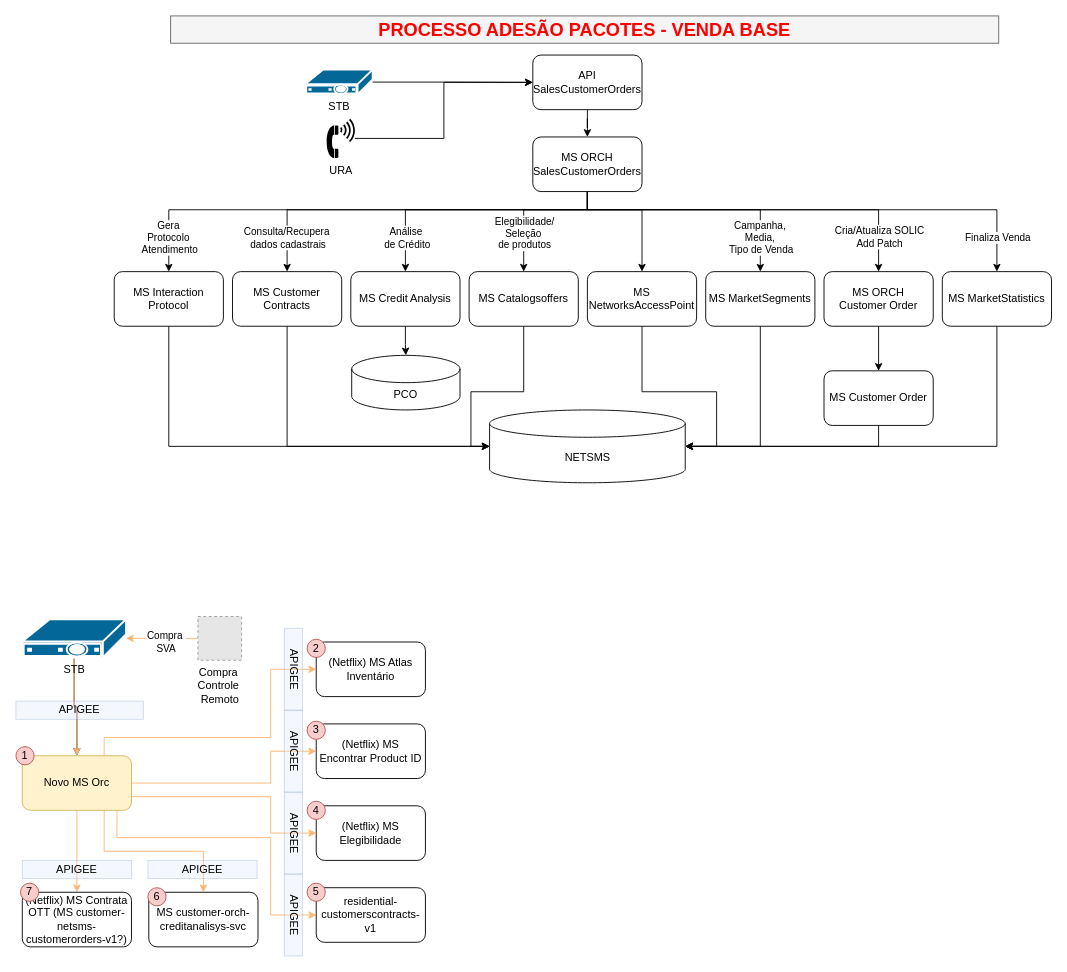
Earlier version of the draw.io diagram page "v3" (3 of 3) of 119216 - Chamada de crédito para vendas através de controle remoto.drawio (samirali/ClaroBrasil). Source tidied: cells renumbered, new cells numbered last; positions are measured from the earlier drawing's top-left corner, leaving out a move shared by most shapes. Both pictures are drawn from the tidied source at 91%, with x=0, y=0 at pixel (15, 15). Pictures stored in the file or linked from it are replaced by grey dashed boxes.
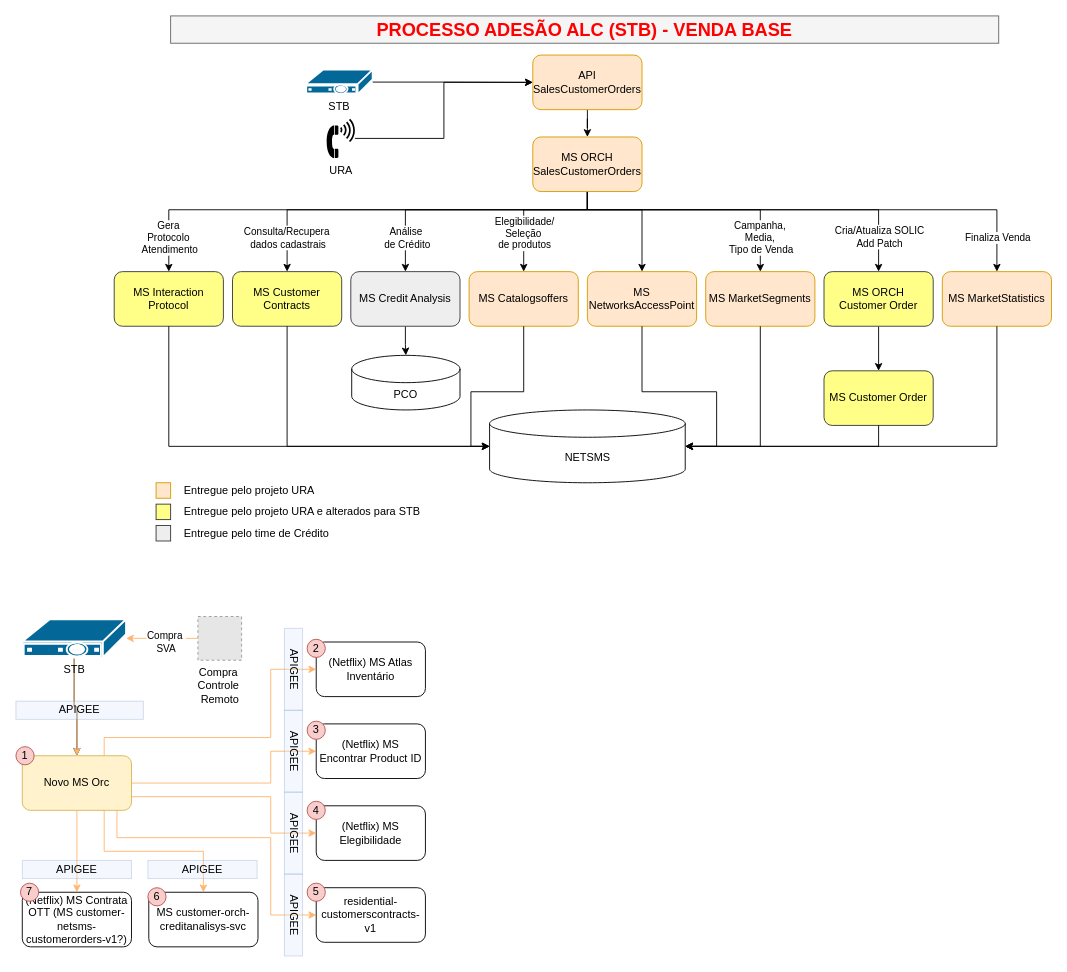
The same page after the edit.

Diff of the diagram source:
```diff
@@
-    <mxCell id="36" value="API SalesCustomerOrders" style="rounded=1;whiteSpace=wrap;html=1;" parent="1" vertex="1">
+    <mxCell id="36" value="API SalesCustomerOrders" style="rounded=1;whiteSpace=wrap;html=1;fillColor=#ffe6cc;strokeColor=#d79b00;" parent="1" vertex="1">
       <mxGeometry x="568" y="43" width="120" height="60" as="geometry" />
     </mxCell>
@@
-    <mxCell id="52" value="MS ORCH SalesCustomerOrders" style="rounded=1;whiteSpace=wrap;html=1;" parent="1" vertex="1">
+    <mxCell id="52" value="MS ORCH SalesCustomerOrders" style="rounded=1;whiteSpace=wrap;html=1;fillColor=#ffe6cc;strokeColor=#d79b00;" parent="1" vertex="1">
       <mxGeometry x="568" y="133" width="120" height="60" as="geometry" />
     </mxCell>
-    <mxCell id="53" value="MS Interaction Protocol" style="rounded=1;whiteSpace=wrap;html=1;" parent="1" vertex="1">
+    <mxCell id="53" value="MS Interaction Protocol" style="rounded=1;whiteSpace=wrap;html=1;fillColor=#ffff88;strokeColor=#36393d;" parent="1" vertex="1">
       <mxGeometry x="108" y="281" width="120" height="60" as="geometry" />
     </mxCell>
-    <mxCell id="54" value="MS Customer Contracts" style="rounded=1;whiteSpace=wrap;html=1;" parent="1" vertex="1">
+    <mxCell id="54" value="MS Customer Contracts" style="rounded=1;whiteSpace=wrap;html=1;fillColor=#ffff88;strokeColor=#36393d;" parent="1" vertex="1">
       <mxGeometry x="238" y="281" width="120" height="60" as="geometry" />
     </mxCell>
@@
-    <mxCell id="59" value="MS Credit Analysis" style="rounded=1;whiteSpace=wrap;html=1;" parent="1" vertex="1">
+    <mxCell id="59" value="MS Credit Analysis" style="rounded=1;whiteSpace=wrap;html=1;fillColor=#eeeeee;strokeColor=#36393d;" parent="1" vertex="1">
       <mxGeometry x="368" y="281" width="120" height="60" as="geometry" />
     </mxCell>
@@
-    <mxCell id="61" value="MS Catalogsoffers" style="rounded=1;whiteSpace=wrap;html=1;" parent="1" vertex="1">
+    <mxCell id="61" value="MS Catalogsoffers" style="rounded=1;whiteSpace=wrap;html=1;fillColor=#ffe6cc;strokeColor=#d79b00;" parent="1" vertex="1">
       <mxGeometry x="498" y="281" width="120" height="60" as="geometry" />
     </mxCell>
@@
-    <mxCell id="63" value="MS NetworksAccessPoint" style="rounded=1;whiteSpace=wrap;html=1;" parent="1" vertex="1">
+    <mxCell id="63" value="MS NetworksAccessPoint" style="rounded=1;whiteSpace=wrap;html=1;fillColor=#ffe6cc;strokeColor=#d79b00;" parent="1" vertex="1">
       <mxGeometry x="628" y="281" width="120" height="60" as="geometry" />
     </mxCell>
@@
-    <mxCell id="65" value="MS MarketSegments" style="rounded=1;whiteSpace=wrap;html=1;" parent="1" vertex="1">
+    <mxCell id="65" value="MS MarketSegments" style="rounded=1;whiteSpace=wrap;html=1;fillColor=#ffe6cc;strokeColor=#d79b00;" parent="1" vertex="1">
       <mxGeometry x="758" y="281" width="120" height="60" as="geometry" />
     </mxCell>
@@
-    <mxCell id="68" value="MS ORCH&lt;div&gt;Customer Order&lt;/div&gt;" style="rounded=1;whiteSpace=wrap;html=1;" parent="1" vertex="1">
+    <mxCell id="68" value="MS ORCH&lt;div&gt;Customer Order&lt;/div&gt;" style="rounded=1;whiteSpace=wrap;html=1;fillColor=#ffff88;strokeColor=#36393d;" parent="1" vertex="1">
       <mxGeometry x="888" y="281" width="120" height="60" as="geometry" />
     </mxCell>
-    <mxCell id="69" value="MS Customer Order" style="rounded=1;whiteSpace=wrap;html=1;" parent="1" vertex="1">
+    <mxCell id="69" value="MS Customer Order" style="rounded=1;whiteSpace=wrap;html=1;fillColor=#ffff88;strokeColor=#36393d;" parent="1" vertex="1">
       <mxGeometry x="888" y="390" width="120" height="60" as="geometry" />
     </mxCell>
@@
-    <mxCell id="71" value="MS MarketStatistics" style="rounded=1;whiteSpace=wrap;html=1;" parent="1" vertex="1">
+    <mxCell id="71" value="MS MarketStatistics" style="rounded=1;whiteSpace=wrap;html=1;fillColor=#ffe6cc;strokeColor=#d79b00;" parent="1" vertex="1">
       <mxGeometry x="1018" y="281" width="120" height="60" as="geometry" />
     </mxCell>
@@
-    <mxCell id="77" value="PROCESSO ADESÃO PACOTES - VENDA BASE" style="text;html=1;align=center;verticalAlign=middle;whiteSpace=wrap;rounded=0;fillColor=#f5f5f5;strokeColor=#666666;fontColor=#FF0000;fontStyle=1;fontSize=20;" parent="1" vertex="1">
+    <mxCell id="77" value="PROCESSO ADESÃO ALC (STB) - VENDA BASE" style="text;html=1;align=center;verticalAlign=middle;whiteSpace=wrap;rounded=0;fillColor=#f5f5f5;strokeColor=#666666;fontColor=#FF0000;fontStyle=1;fontSize=20;" parent="1" vertex="1">
       <mxGeometry x="170" width="910" height="30" as="geometry" />
     </mxCell>
+    <mxCell id="78" style="rounded=0;whiteSpace=wrap;html=1;fillColor=#ffe6cc;strokeColor=#d79b00;" parent="1" vertex="1">
+      <mxGeometry x="154" y="513" width="16" height="17" as="geometry" />
+    </mxCell>
+    <mxCell id="79" value="Entregue pelo projeto URA" style="text;html=1;align=left;verticalAlign=middle;whiteSpace=wrap;rounded=0;" parent="1" vertex="1">
+      <mxGeometry x="182.5" y="506.5" width="190" height="30" as="geometry" />
+    </mxCell>
+    <mxCell id="80" style="rounded=0;whiteSpace=wrap;html=1;fillColor=#ffff88;strokeColor=#36393d;" parent="1" vertex="1">
+      <mxGeometry x="154" y="536.5" width="16" height="17" as="geometry" />
+    </mxCell>
+    <mxCell id="81" value="Entregue pelo projeto URA e alterados para STB" style="text;html=1;align=left;verticalAlign=middle;whiteSpace=wrap;rounded=0;" parent="1" vertex="1">
+      <mxGeometry x="182.5" y="530" width="277.5" height="30" as="geometry" />
+    </mxCell>
+    <mxCell id="82" style="rounded=0;whiteSpace=wrap;html=1;fillColor=#eeeeee;strokeColor=#36393d;" parent="1" vertex="1">
+      <mxGeometry x="154" y="560" width="16" height="17" as="geometry" />
+    </mxCell>
+    <mxCell id="83" value="Entregue pelo time de Crédito" style="text;html=1;align=left;verticalAlign=middle;whiteSpace=wrap;rounded=0;" parent="1" vertex="1">
+      <mxGeometry x="182.5" y="553.5" width="277.5" height="30" as="geometry" />
+    </mxCell>
```
